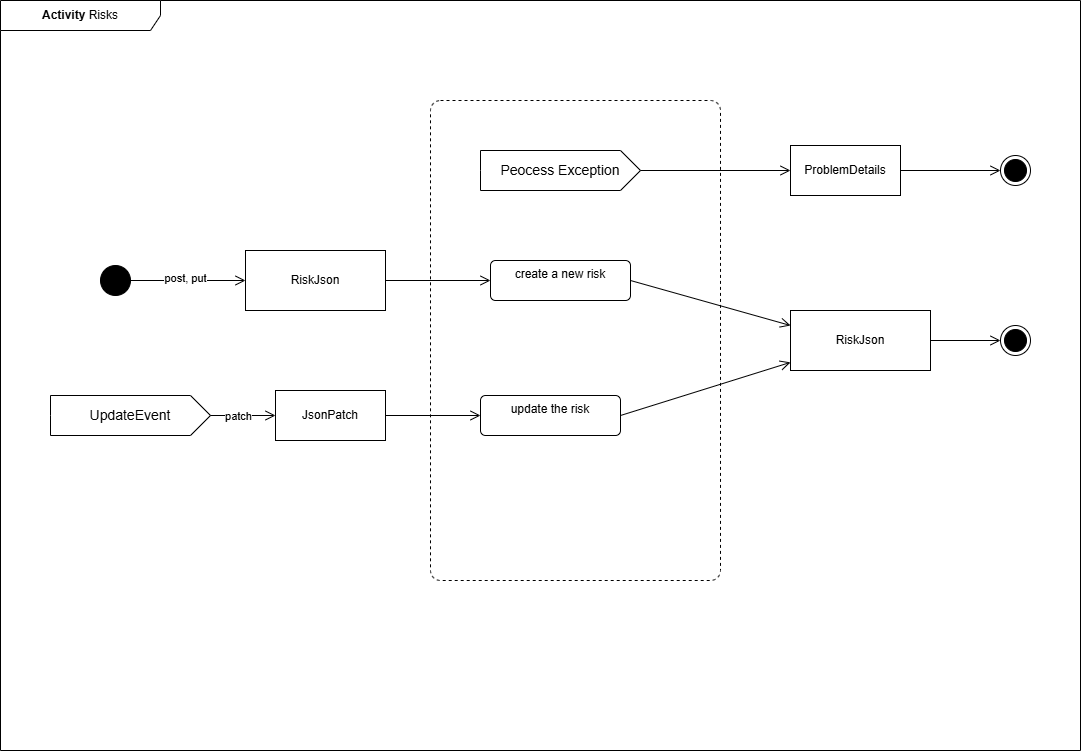
Earlier version of the draw.io export risk-manager-http-service/src/docs/asciidocs/images/workflow.drawio.png (stueberm1/riskmanager). Source tidied: cells renumbered, new cells last; positions are measured from the earlier drawing's top-left corner, leaving out a move shared by most shapes. Source of this version:
```xml
<mxGraphModel>
  <root>
    <mxCell id="0" />
    <mxCell id="1" parent="0" />
    <mxCell id="2" value="&lt;b&gt;Activity&amp;nbsp;&lt;/b&gt;Risks" style="shape=umlFrame;whiteSpace=wrap;html=1;width=160;" parent="1" vertex="1">
      <mxGeometry width="1080" height="750" as="geometry" />
    </mxCell>
    <mxCell id="3" style="ellipse;fillColor=strokeColor;html=1;" parent="2" vertex="1">
      <mxGeometry x="100" y="265" width="30" height="30" as="geometry" />
    </mxCell>
    <mxCell id="4" style="endArrow=open;startArrow=none;endFill=0;startFill=0;endSize=8;html=1;verticalAlign=bottom;labelBackgroundColor=none;strokeWidth=1;rounded=0;exitX=1;exitY=0.5;exitDx=0;exitDy=0;entryX=0;entryY=0.5;entryDx=0;entryDy=0;" parent="2" edge="1" source="3" target="10">
      <mxGeometry relative="1" as="geometry" />
    </mxCell>
    <mxCell id="5" value="post, put" style="edgeLabel;html=1;align=center;verticalAlign=middle;" parent="4" vertex="1">
      <mxGeometry x="-0.06" y="3" relative="1" as="geometry" />
    </mxCell>
    <mxCell id="6" value="UpdateEvent" style="html=1;shape=mxgraph.infographic.ribbonSimple;notch1=0;notch2=20;align=center;verticalAlign=middle;fontSize=14;fontStyle=0;fillColor=#FFFFFF;whiteSpace=wrap;" parent="2" vertex="1">
      <mxGeometry x="50" y="395" width="160" height="40" as="geometry" />
    </mxCell>
    <mxCell id="7" value="JsonPatch" style="html=1;whiteSpace=wrap;" parent="2" vertex="1">
      <mxGeometry x="275" y="390" width="110" height="50" as="geometry" />
    </mxCell>
    <mxCell id="8" style="endArrow=open;startArrow=none;endFill=0;startFill=0;endSize=8;html=1;verticalAlign=bottom;labelBackgroundColor=none;strokeWidth=1;rounded=0;entryX=0;entryY=0.5;entryDx=0;entryDy=0;exitX=1;exitY=0.5;exitDx=0;exitDy=0;exitPerimeter=0;" parent="2" edge="1" source="6" target="7">
      <mxGeometry relative="1" as="geometry" />
    </mxCell>
    <mxCell id="9" value="patch" style="edgeLabel;html=1;align=center;verticalAlign=middle;" parent="8" vertex="1">
      <mxGeometry x="-0.16" relative="1" as="geometry" />
    </mxCell>
    <mxCell id="10" value="RiskJson&lt;br&gt;" style="html=1;align=center;verticalAlign=middle;rounded=0;absoluteArcSize=1;arcSize=10;dashed=0;whiteSpace=wrap;" parent="2" vertex="1">
      <mxGeometry x="245" y="250" width="140" height="60" as="geometry" />
    </mxCell>
    <mxCell id="11" style="html=1;align=center;verticalAlign=top;rounded=1;absoluteArcSize=1;arcSize=20;dashed=1;whiteSpace=wrap;" parent="2" vertex="1">
      <mxGeometry x="430" y="100" width="290" height="480" as="geometry" />
    </mxCell>
    <mxCell id="12" value="create a new risk" style="html=1;align=center;verticalAlign=top;rounded=1;absoluteArcSize=1;arcSize=10;dashed=0;whiteSpace=wrap;" parent="2" vertex="1">
      <mxGeometry x="490" y="260" width="140" height="40" as="geometry" />
    </mxCell>
    <mxCell id="13" style="endArrow=open;startArrow=none;endFill=0;startFill=0;endSize=8;html=1;verticalAlign=bottom;labelBackgroundColor=none;strokeWidth=1;rounded=0;exitX=1;exitY=0.5;exitDx=0;exitDy=0;entryX=0;entryY=0.5;entryDx=0;entryDy=0;" parent="2" edge="1" source="10" target="12">
      <mxGeometry relative="1" as="geometry" />
    </mxCell>
    <mxCell id="14" value="update the risk" style="html=1;align=center;verticalAlign=top;rounded=1;absoluteArcSize=1;arcSize=10;dashed=0;whiteSpace=wrap;" parent="2" vertex="1">
      <mxGeometry x="480" y="395" width="140" height="40" as="geometry" />
    </mxCell>
    <mxCell id="15" style="endArrow=open;startArrow=none;endFill=0;startFill=0;endSize=8;html=1;verticalAlign=bottom;labelBackgroundColor=none;strokeWidth=1;rounded=0;exitX=1;exitY=0.5;exitDx=0;exitDy=0;" parent="2" edge="1" source="7" target="14">
      <mxGeometry relative="1" as="geometry" />
    </mxCell>
    <mxCell id="16" value="Peocess Exception" style="html=1;shape=mxgraph.infographic.ribbonSimple;notch1=0;notch2=20;align=center;verticalAlign=middle;fontSize=14;fontStyle=0;fillColor=#FFFFFF;whiteSpace=wrap;" parent="2" vertex="1">
      <mxGeometry x="480" y="150" width="160" height="40" as="geometry" />
    </mxCell>
    <mxCell id="17" value="RiskJson&lt;br&gt;" style="html=1;align=center;verticalAlign=middle;rounded=0;absoluteArcSize=1;arcSize=10;dashed=0;whiteSpace=wrap;" parent="2" vertex="1">
      <mxGeometry x="790" y="310" width="140" height="60" as="geometry" />
    </mxCell>
    <mxCell id="18" style="endArrow=open;startArrow=none;endFill=0;startFill=0;endSize=8;html=1;verticalAlign=bottom;labelBackgroundColor=none;strokeWidth=1;rounded=0;exitX=1;exitY=0.5;exitDx=0;exitDy=0;" parent="2" edge="1" source="14" target="17">
      <mxGeometry relative="1" as="geometry" />
    </mxCell>
    <mxCell id="19" style="endArrow=open;startArrow=none;endFill=0;startFill=0;endSize=8;html=1;verticalAlign=bottom;labelBackgroundColor=none;strokeWidth=1;rounded=0;exitX=1;exitY=0.5;exitDx=0;exitDy=0;entryX=0;entryY=0.25;entryDx=0;entryDy=0;" parent="2" edge="1" source="12" target="17">
      <mxGeometry relative="1" as="geometry" />
    </mxCell>
    <mxCell id="20" value="ProblemDetails" style="html=1;whiteSpace=wrap;" parent="2" vertex="1">
      <mxGeometry x="790" y="145" width="110" height="50" as="geometry" />
    </mxCell>
    <mxCell id="21" style="endArrow=open;startArrow=none;endFill=0;startFill=0;endSize=8;html=1;verticalAlign=bottom;labelBackgroundColor=none;strokeWidth=1;rounded=0;exitX=1;exitY=0.5;exitDx=0;exitDy=0;exitPerimeter=0;entryX=0;entryY=0.5;entryDx=0;entryDy=0;" parent="2" edge="1" source="16" target="20">
      <mxGeometry relative="1" as="geometry" />
    </mxCell>
    <mxCell id="22" style="ellipse;html=1;shape=endState;fillColor=strokeColor;" parent="2" vertex="1">
      <mxGeometry x="1000" y="155" width="30" height="30" as="geometry" />
    </mxCell>
    <mxCell id="23" style="ellipse;html=1;shape=endState;fillColor=strokeColor;" parent="2" vertex="1">
      <mxGeometry x="1000" y="325" width="30" height="30" as="geometry" />
    </mxCell>
    <mxCell id="24" style="endArrow=open;startArrow=none;endFill=0;startFill=0;endSize=8;html=1;verticalAlign=bottom;labelBackgroundColor=none;strokeWidth=1;rounded=0;exitX=1;exitY=0.5;exitDx=0;exitDy=0;entryX=0;entryY=0.5;entryDx=0;entryDy=0;" parent="2" edge="1" source="17" target="23">
      <mxGeometry relative="1" as="geometry" />
    </mxCell>
    <mxCell id="25" style="endArrow=open;startArrow=none;endFill=0;startFill=0;endSize=8;html=1;verticalAlign=bottom;labelBackgroundColor=none;strokeWidth=1;rounded=0;exitX=1;exitY=0.5;exitDx=0;exitDy=0;entryX=0;entryY=0.5;entryDx=0;entryDy=0;" parent="2" edge="1" source="20" target="22">
      <mxGeometry relative="1" as="geometry" />
    </mxCell>
  </root>
</mxGraphModel>
```
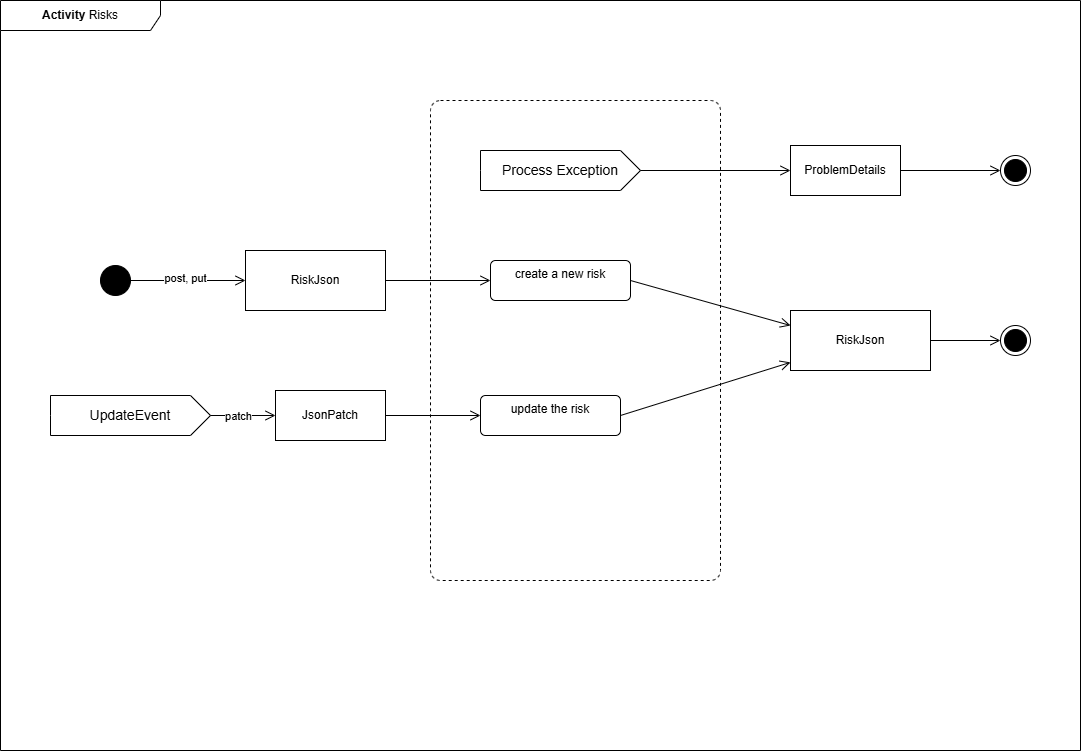
The same diagram one commit later.

What changed in the source:
```diff
@@ -44,7 +44,7 @@
     <mxCell id="15" style="endArrow=open;startArrow=none;endFill=0;startFill=0;endSize=8;html=1;verticalAlign=bottom;labelBackgroundColor=none;strokeWidth=1;rounded=0;exitX=1;exitY=0.5;exitDx=0;exitDy=0;" parent="2" edge="1" source="7" target="14">
       <mxGeometry relative="1" as="geometry" />
     </mxCell>
-    <mxCell id="16" value="Peocess Exception" style="html=1;shape=mxgraph.infographic.ribbonSimple;notch1=0;notch2=20;align=center;verticalAlign=middle;fontSize=14;fontStyle=0;fillColor=#FFFFFF;whiteSpace=wrap;" parent="2" vertex="1">
+    <mxCell id="16" value="Process Exception" style="html=1;shape=mxgraph.infographic.ribbonSimple;notch1=0;notch2=20;align=center;verticalAlign=middle;fontSize=14;fontStyle=0;fillColor=#FFFFFF;whiteSpace=wrap;" parent="2" vertex="1">
       <mxGeometry x="480" y="150" width="160" height="40" as="geometry" />
     </mxCell>
     <mxCell id="17" value="RiskJson&lt;br&gt;" style="html=1;align=center;verticalAlign=middle;rounded=0;absoluteArcSize=1;arcSize=10;dashed=0;whiteSpace=wrap;" parent="2" vertex="1">
```
